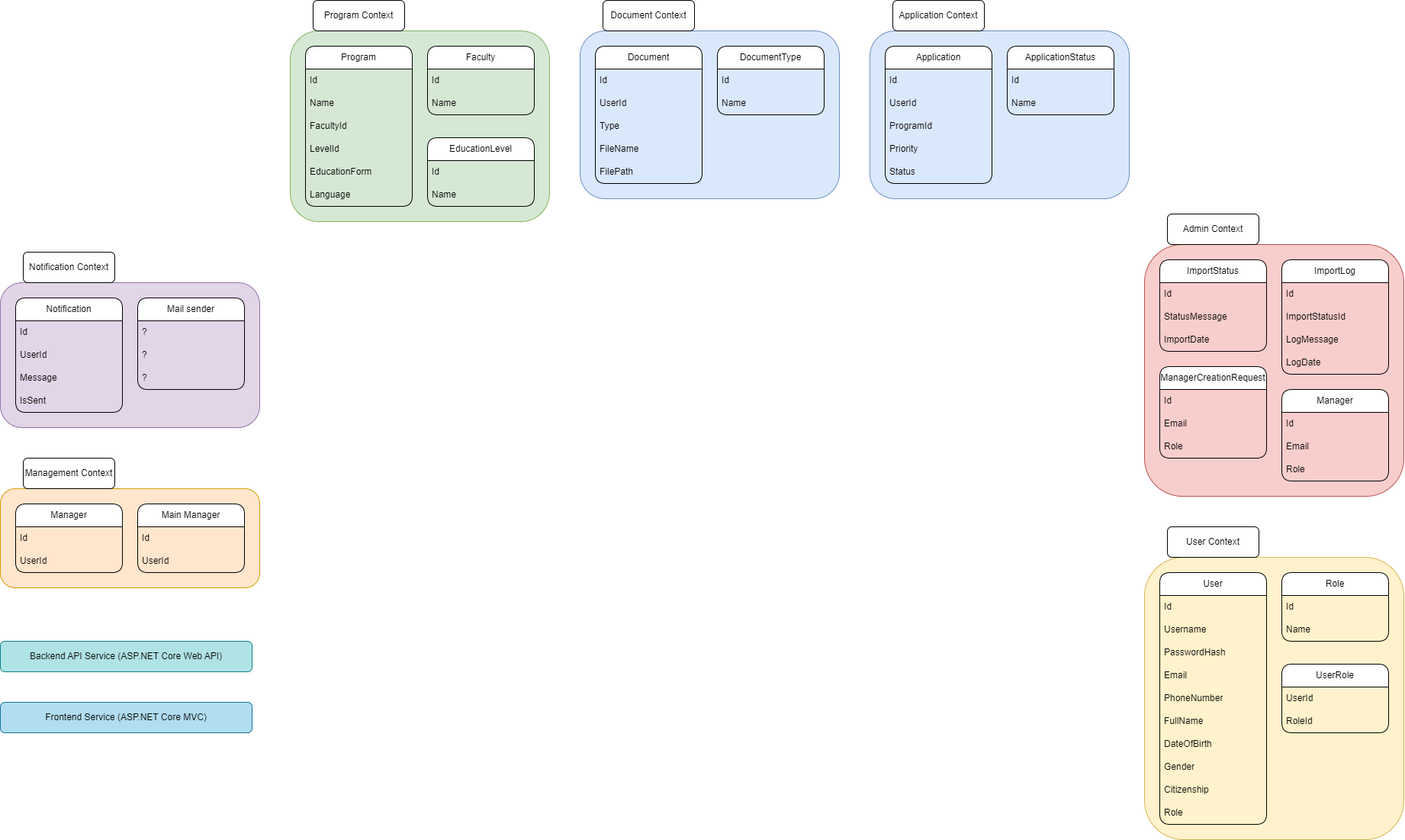
Before: back.png, a diagram exported from draw.io (IvanArsenev/TSU_abiturient). Source tidied: cells renumbered, new cells last; positions are measured from the earlier drawing's top-left corner, leaving out a move shared by most shapes.
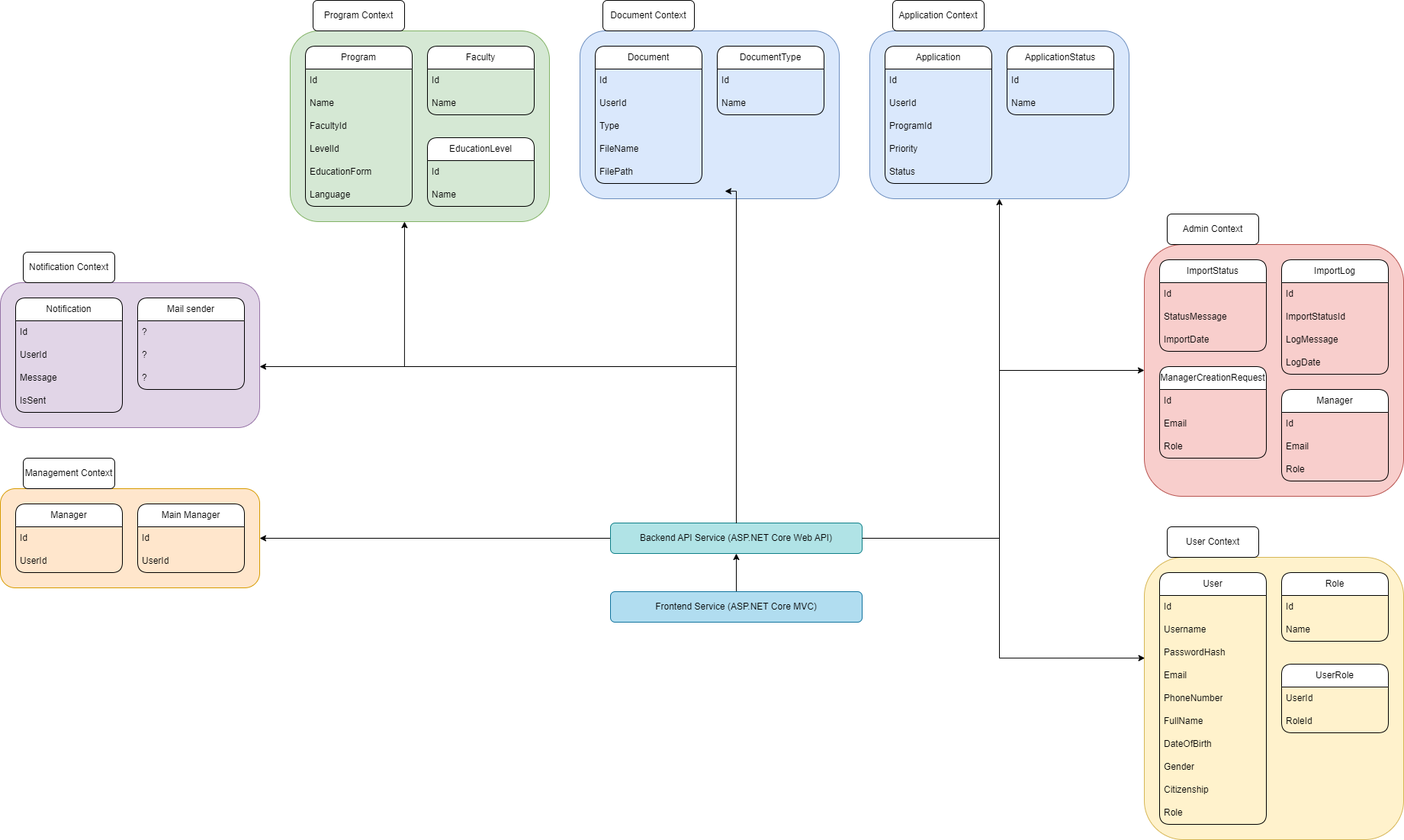
Later version of the same file.

Change to the diagram source:
```diff
@@ -284,11 +284,58 @@
     <mxCell id="95" value="Name" style="text;strokeColor=none;fillColor=none;align=left;verticalAlign=middle;spacingLeft=4;spacingRight=4;overflow=hidden;whiteSpace=wrap;html=1;rounded=1;" parent="93" vertex="1">
       <mxGeometry y="60" width="140" height="30" as="geometry" />
     </mxCell>
+    <mxCell id="98" style="edgeStyle=orthogonalEdgeStyle;rounded=0;jettySize=auto;html=1;" parent="1" edge="1" source="96" target="8">
+      <mxGeometry relative="1" as="geometry" />
+    </mxCell>
+    <mxCell id="99" style="edgeStyle=orthogonalEdgeStyle;rounded=0;jettySize=auto;html=1;entryX=1;entryY=0.5;entryDx=0;entryDy=0;" parent="1" edge="1" source="96" target="12">
+      <mxGeometry relative="1" as="geometry" />
+    </mxCell>
+    <mxCell id="100" style="edgeStyle=orthogonalEdgeStyle;rounded=0;jettySize=auto;html=1;entryX=0;entryY=0.5;entryDx=0;entryDy=0;" parent="1" edge="1" source="96" target="14">
+      <mxGeometry relative="1" as="geometry">
+        <Array as="points">
+          <mxPoint x="1310" y="705" />
+          <mxPoint x="1310" y="485" />
+        </Array>
+      </mxGeometry>
+    </mxCell>
     <mxCell id="96" value="Backend API Service (ASP.NET Core Web API)" style="rounded=1;whiteSpace=wrap;html=1;fillColor=#b0e3e6;strokeColor=#0e8088;" parent="1" vertex="1">
-      <mxGeometry y="840" width="330" height="40" as="geometry" />
+      <mxGeometry x="800" y="685" width="330" height="40" as="geometry" />
     </mxCell>
+    <mxCell id="101" style="edgeStyle=orthogonalEdgeStyle;rounded=0;jettySize=auto;html=1;" parent="1" edge="1" source="97" target="96">
+      <mxGeometry relative="1" as="geometry" />
+    </mxCell>
     <mxCell id="97" value="Frontend Service (ASP.NET Core MVC)" style="rounded=1;whiteSpace=wrap;html=1;fillColor=#b1ddf0;strokeColor=#10739e;" parent="1" vertex="1">
-      <mxGeometry y="920" width="330" height="40" as="geometry" />
+      <mxGeometry x="800" y="775" width="330" height="40" as="geometry" />
     </mxCell>
+    <mxCell id="102" style="edgeStyle=orthogonalEdgeStyle;rounded=0;jettySize=auto;html=1;entryX=0.559;entryY=0.955;entryDx=0;entryDy=0;entryPerimeter=0;" parent="1" edge="1" source="96" target="4">
+      <mxGeometry relative="1" as="geometry">
+        <Array as="points">
+          <mxPoint x="965" y="250" />
+        </Array>
+      </mxGeometry>
+    </mxCell>
+    <mxCell id="103" style="edgeStyle=orthogonalEdgeStyle;rounded=0;jettySize=auto;html=1;entryX=0.441;entryY=1;entryDx=0;entryDy=0;entryPerimeter=0;" parent="1" edge="1" source="96" target="6">
+      <mxGeometry relative="1" as="geometry">
+        <Array as="points">
+          <mxPoint x="965" y="480" />
+          <mxPoint x="530" y="480" />
+        </Array>
+      </mxGeometry>
+    </mxCell>
+    <mxCell id="104" style="edgeStyle=orthogonalEdgeStyle;rounded=0;jettySize=auto;html=1;entryX=1;entryY=0.579;entryDx=0;entryDy=0;entryPerimeter=0;" parent="1" edge="1" source="96" target="10">
+      <mxGeometry relative="1" as="geometry">
+        <Array as="points">
+          <mxPoint x="965" y="480" />
+        </Array>
+      </mxGeometry>
+    </mxCell>
+    <mxCell id="105" style="edgeStyle=orthogonalEdgeStyle;rounded=0;jettySize=auto;html=1;entryX=0.002;entryY=0.357;entryDx=0;entryDy=0;entryPerimeter=0;" parent="1" edge="1" source="96" target="2">
+      <mxGeometry relative="1" as="geometry">
+        <Array as="points">
+          <mxPoint x="1310" y="705" />
+          <mxPoint x="1310" y="862" />
+        </Array>
+      </mxGeometry>
+    </mxCell>
   </root>
 </mxGraphModel>
```
